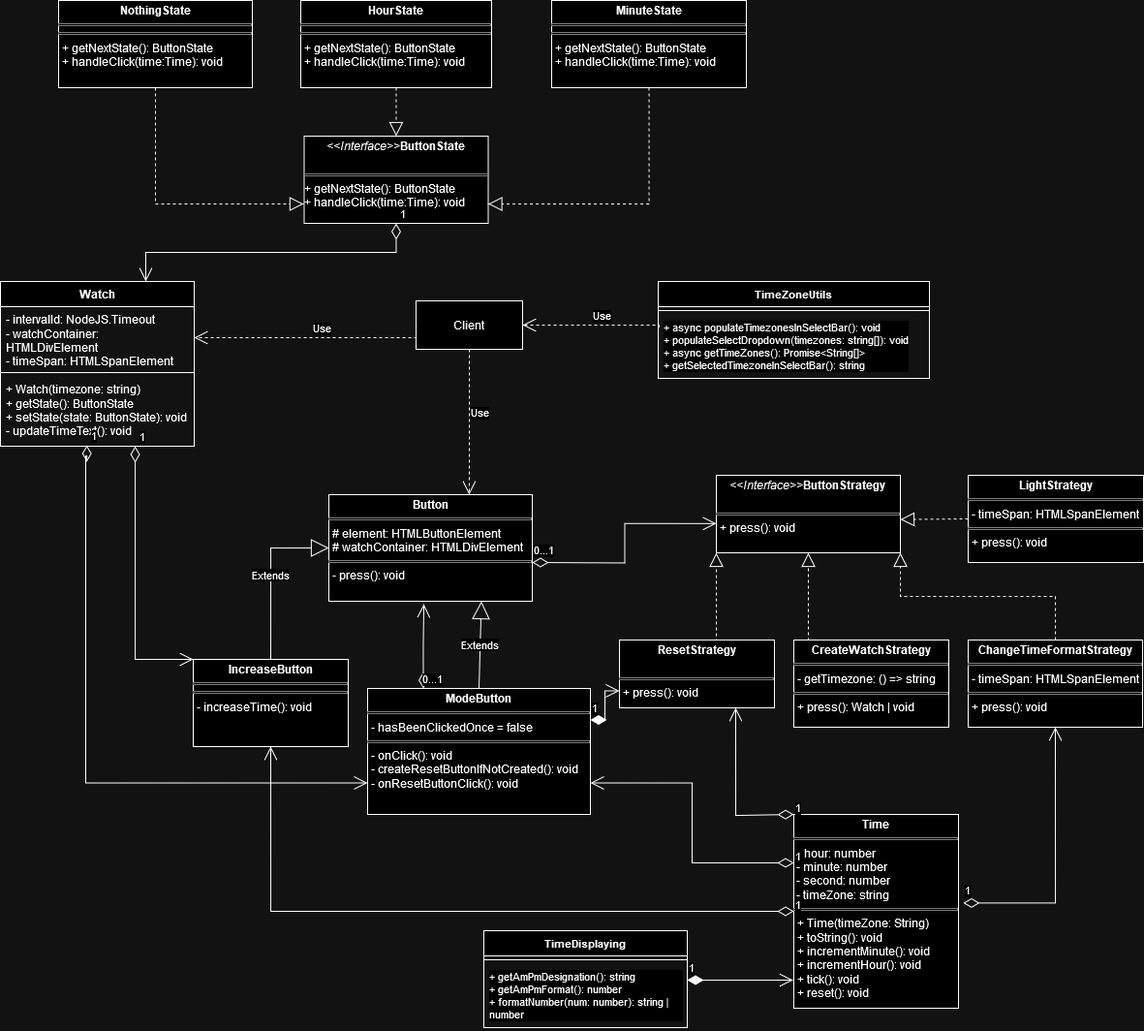
This is UML_GE_Healthcare.drawio.png from stephane-nguyen/template-ts, a draw.io export, as it was before one commit. Source tidied: cells renumbered, new cells last; positions are measured from the earlier drawing's top-left corner, leaving out a move shared by most shapes.
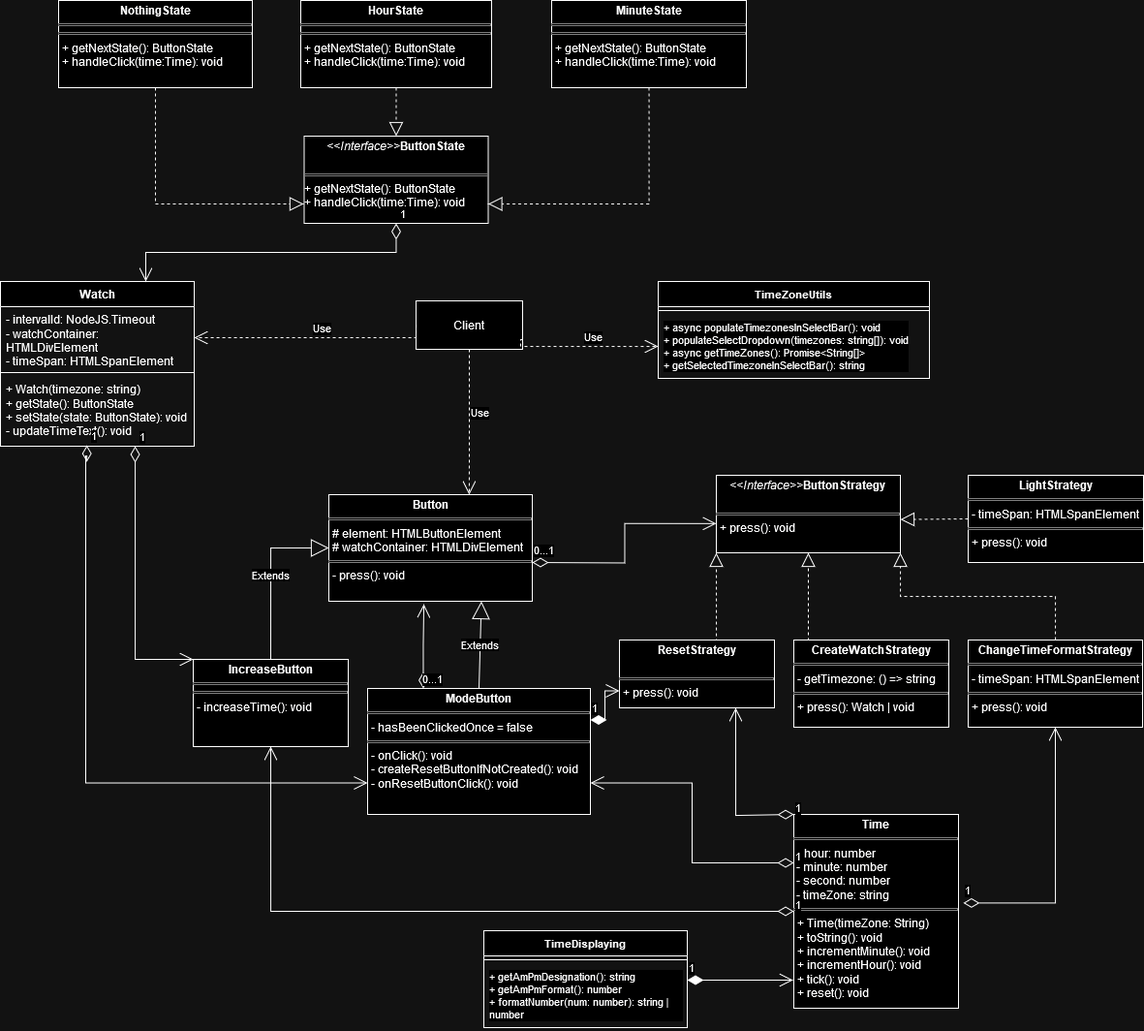
After the commit.

Commit message:
fix use arrow orientation: client -> TimeZoneUtils

The edit, as a diff of the source:
```diff
@@ -146,10 +146,13 @@
     <mxCell id="39" value="Use" style="endArrow=open;endSize=12;dashed=1;html=1;rounded=0;strokeColor=default;align=left;verticalAlign=bottom;fontFamily=Helvetica;fontSize=11;fontColor=default;labelBackgroundColor=default;edgeStyle=orthogonalEdgeStyle;exitX=0.5;exitY=1;exitDx=0;exitDy=0;entryX=0.69;entryY=0;entryDx=0;entryDy=0;entryPerimeter=0;" parent="1" edge="1" source="28" target="12">
       <mxGeometry relative="1" as="geometry" />
     </mxCell>
-    <mxCell id="40" value="Use" style="endArrow=open;endSize=12;dashed=1;html=1;rounded=0;strokeColor=default;align=left;verticalAlign=bottom;fontFamily=Helvetica;fontSize=11;fontColor=default;labelBackgroundColor=default;edgeStyle=orthogonalEdgeStyle;exitX=0.003;exitY=0.202;exitDx=0;exitDy=0;entryX=1;entryY=0.5;entryDx=0;entryDy=0;exitPerimeter=0;" parent="1" edge="1" source="33" target="28">
+    <mxCell id="40" value="Use" style="endArrow=open;endSize=12;dashed=1;html=1;rounded=0;strokeColor=default;align=left;verticalAlign=bottom;fontFamily=Helvetica;fontSize=11;fontColor=default;labelBackgroundColor=default;edgeStyle=orthogonalEdgeStyle;entryX=0;entryY=0.5;entryDx=0;entryDy=0;" parent="1" edge="1" target="33">
       <mxGeometry relative="1" as="geometry">
+        <mxPoint x="537" y="357" as="sourcePoint" />
         <Array as="points">
-          <mxPoint x="680" y="335" />
+          <mxPoint x="537" y="350" />
+          <mxPoint x="539" y="350" />
+          <mxPoint x="539" y="357" />
         </Array>
       </mxGeometry>
     </mxCell>
```
